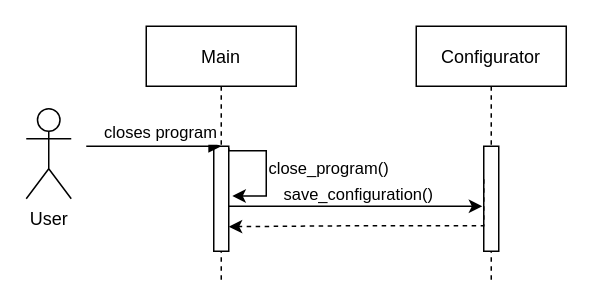
This is docs/design/drawio/interaction_diagrams/shutdown_program.drawio from Sang0920/senior-project-spring-2022-blueprint-automation-tool, a draw.io file, before an edit. Source tidied: cells renumbered, new cells numbered last; positions are measured from the earlier drawing's top-left corner, leaving out a move shared by most shapes. Both pictures are drawn from the tidied source at 150%, with x=0, y=0 at pixel (26, 26).
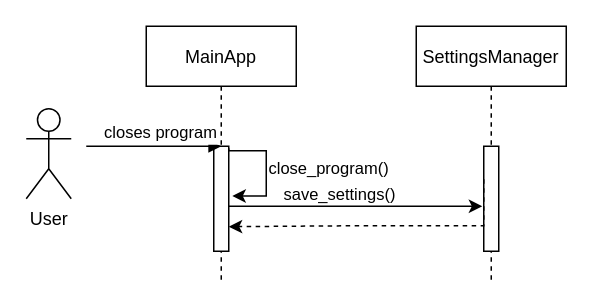
The same diagram, later.

Diff of the diagram source:
```diff
@@
 <mxGraphModel>
   <root>
     <mxCell id="0" />
     <mxCell id="1" parent="0" />
-    <mxCell id="2" value="Main" style="shape=umlLifeline;perimeter=lifelinePerimeter;rounded=0;shadow=0;strokeWidth=1;" parent="1" vertex="1">
+    <mxCell id="2" value="MainApp" style="shape=umlLifeline;perimeter=lifelinePerimeter;rounded=0;shadow=0;strokeWidth=1;" parent="1" vertex="1">
       <mxGeometry x="80" width="100" height="170" as="geometry" />
     </mxCell>
     <mxCell id="3" style="points=[];perimeter=orthogonalPerimeter;rounded=0;shadow=0;strokeWidth=1;" parent="2" vertex="1">
       <mxGeometry x="45" y="80" width="10" height="70" as="geometry" />
     </mxCell>
     <mxCell id="4" style="edgeStyle=orthogonalEdgeStyle;rounded=0;orthogonalLoop=1;jettySize=auto;html=1;entryX=1.24;entryY=0.474;entryDx=0;entryDy=0;entryPerimeter=0;exitX=1;exitY=0.018;exitDx=0;exitDy=0;exitPerimeter=0;" parent="2" edge="1" source="3" target="3">
       <mxGeometry relative="1" as="geometry">
         <Array as="points">
           <mxPoint x="55" y="83" />
           <mxPoint x="80" y="83" />
           <mxPoint x="80" y="113" />
         </Array>
       </mxGeometry>
     </mxCell>
     <mxCell id="5" style="edgeStyle=orthogonalEdgeStyle;rounded=0;orthogonalLoop=1;jettySize=auto;html=1;exitX=1;exitY=0.018;exitDx=0;exitDy=0;exitPerimeter=0;" parent="2" edge="1">
       <mxGeometry relative="1" as="geometry">
         <mxPoint x="55" y="120" as="sourcePoint" />
         <mxPoint x="224" y="120" as="targetPoint" />
         <Array as="points">
           <mxPoint x="224" y="120" />
         </Array>
       </mxGeometry>
     </mxCell>
-    <mxCell id="6" value="Configurator" style="shape=umlLifeline;perimeter=lifelinePerimeter;rounded=0;shadow=0;strokeWidth=1;" parent="1" vertex="1">
+    <mxCell id="6" value="SettingsManager" style="shape=umlLifeline;perimeter=lifelinePerimeter;rounded=0;shadow=0;strokeWidth=1;" parent="1" vertex="1">
       <mxGeometry x="260" width="100" height="170" as="geometry" />
     </mxCell>
     <mxCell id="7" style="points=[];perimeter=orthogonalPerimeter;rounded=0;shadow=0;strokeWidth=1;" parent="6" vertex="1">
       <mxGeometry x="45" y="80" width="10" height="70" as="geometry" />
     </mxCell>
     <mxCell id="8" value="closes program" style="verticalAlign=bottom;endArrow=block;entryX=0;entryY=0;shadow=0;strokeWidth=1;" parent="1" edge="1">
       <mxGeometry x="0.11" relative="1" as="geometry">
         <mxPoint x="40" y="80" as="sourcePoint" />
         <mxPoint x="130" y="80" as="targetPoint" />
       </mxGeometry>
     </mxCell>
     <mxCell id="9" value="close_program()" style="text;html=1;strokeColor=none;fillColor=none;align=left;verticalAlign=middle;whiteSpace=wrap;rounded=0;fontSize=11;" parent="1" vertex="1">
       <mxGeometry x="160" y="90" width="60" height="10" as="geometry" />
     </mxCell>
-    <mxCell id="10" value="save_configuration()" style="text;html=1;strokeColor=none;fillColor=none;align=left;verticalAlign=middle;whiteSpace=wrap;rounded=0;fontSize=11;" parent="1" vertex="1">
+    <mxCell id="10" value="save_settings()" style="text;html=1;strokeColor=none;fillColor=none;align=left;verticalAlign=middle;whiteSpace=wrap;rounded=0;fontSize=11;" parent="1" vertex="1">
       <mxGeometry x="170" y="109" width="60" height="6" as="geometry" />
     </mxCell>
     <mxCell id="11" style="edgeStyle=orthogonalEdgeStyle;rounded=0;jettySize=auto;html=1;exitX=0;exitY=0.315;exitDx=0;exitDy=0;exitPerimeter=0;entryX=1;entryY=0.766;entryDx=0;entryDy=0;entryPerimeter=0;dashed=1;" parent="1" edge="1" source="7" target="3">
       <mxGeometry relative="1" as="geometry">
         <Array as="points">
           <mxPoint x="305" y="133" />
           <mxPoint x="220" y="133" />
         </Array>
       </mxGeometry>
     </mxCell>
     <mxCell id="12" value="User" style="shape=umlActor;verticalLabelPosition=bottom;verticalAlign=top;html=1;fontSize=12;" parent="1" vertex="1">
       <mxGeometry y="55" width="30" height="60" as="geometry" />
     </mxCell>
   </root>
 </mxGraphModel>
```
